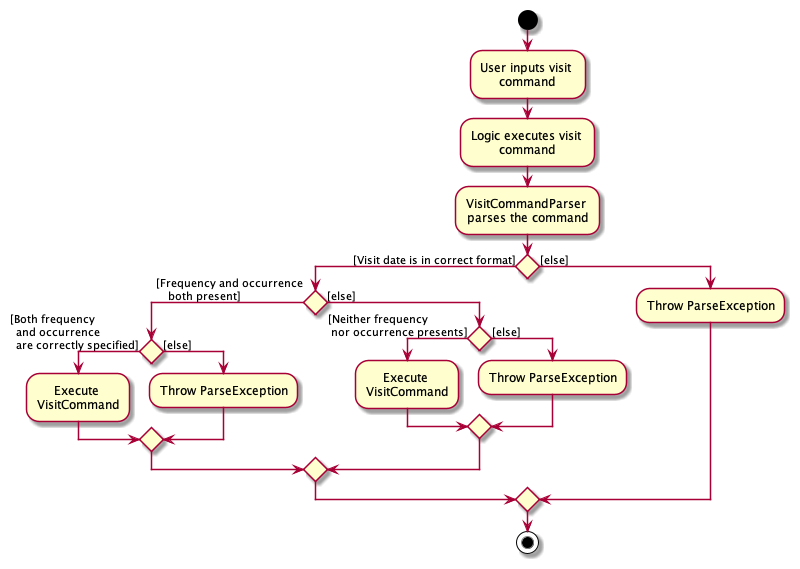
Before: docs/images/VisitCommandActivityDiagram.png, a diagram exported from PlantUML (nus-cs2103-AY2122S1/tp).
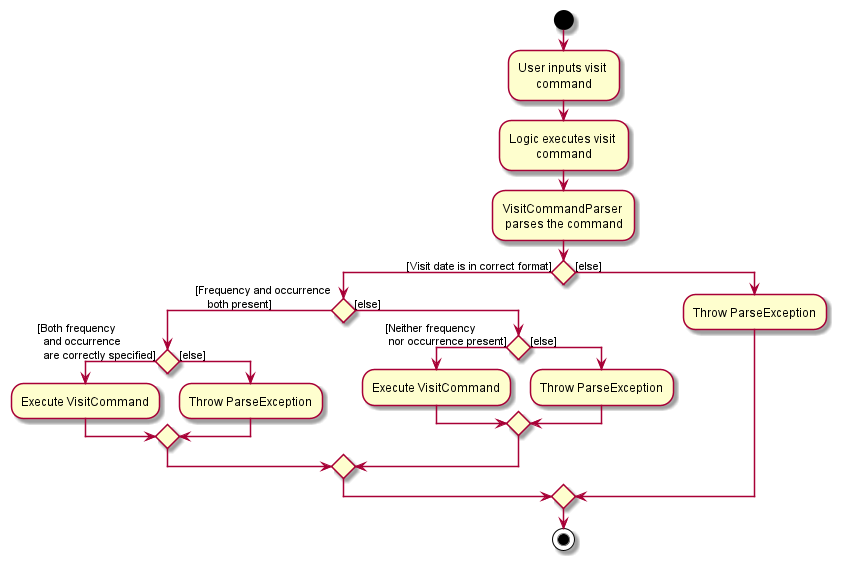
Later version of the same file.

Commit message:
Update diagram typo

Change to the diagram source:
```diff
@@ -20,7 +20,7 @@
 
     else ([else])
         if() then ([Neither frequency
- nor occurrence presents])
+ nor occurrence present])
             :Execute VisitCommand;
         else ([else])
             :Throw ParseException;
```
